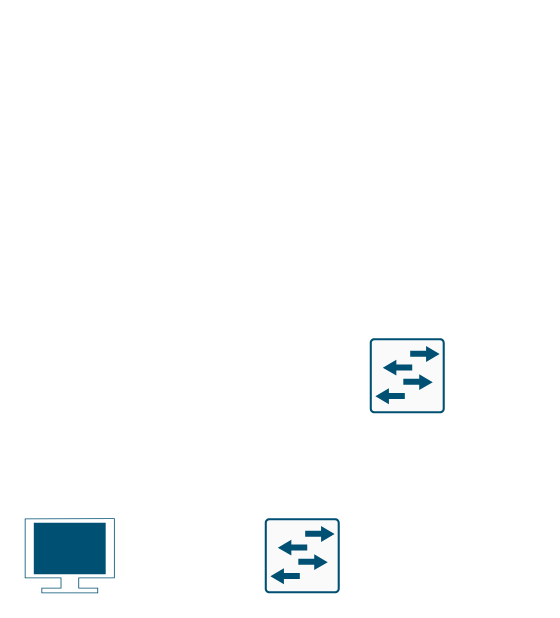
Earlier version of the draw.io diagram HW2.drawio (flypaper86/GB_Python_HomeWork). Source tidied: cells renumbered, new cells numbered last; positions are measured from the earlier drawing's top-left corner, leaving out a move shared by most shapes. Both pictures are drawn from the tidied source at 150%, with x=0, y=0 at pixel (24, 338).
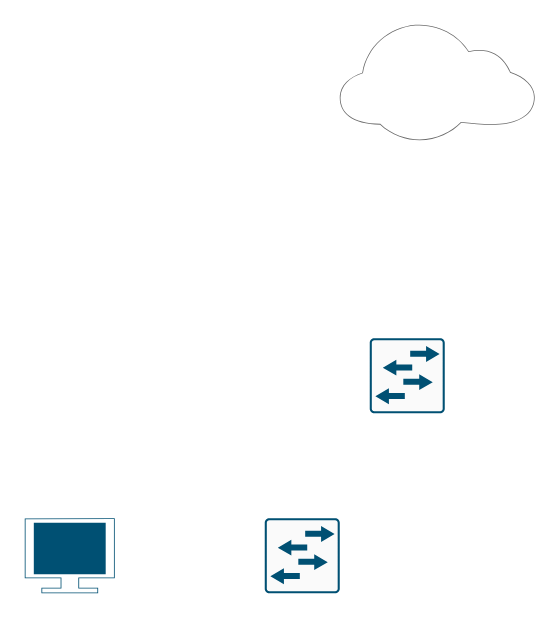
The same diagram, later.

The edit, as a diff of the source:
```diff
@@
 <mxGraphModel>
   <root>
     <mxCell id="0" />
     <mxCell id="1" parent="0" />
     <mxCell id="2" style="sketch=0;verticalLabelPosition=bottom;html=1;verticalAlign=top;align=center;shape=mxgraph.cisco19.rect;prIcon=l2_switch;fillColor=#FAFAFA;strokeColor=#005073;" parent="1" vertex="1">
       <mxGeometry x="230" width="50" height="50" as="geometry" />
     </mxCell>
     <mxCell id="3" style="sketch=0;verticalLabelPosition=bottom;html=1;verticalAlign=top;align=center;shape=mxgraph.cisco19.rect;prIcon=l2_switch;fillColor=#FAFAFA;strokeColor=#005073;" parent="1" vertex="1">
       <mxGeometry x="160" y="120" width="50" height="50" as="geometry" />
     </mxCell>
     <mxCell id="4" style="verticalLabelPosition=bottom;sketch=0;html=1;verticalAlign=top;align=center;shape=mxgraph.cisco19.hdtv;fillColor=#005073;strokeColor=none;" parent="1" vertex="1">
       <mxGeometry y="120" width="60" height="50" as="geometry" />
     </mxCell>
+    <mxCell id="5" style="verticalLabelPosition=bottom;sketch=0;html=1;verticalAlign=top;align=center;shape=mxgraph.cisco19.cloud;fillColor=#6B6B6B;strokeColor=none;" parent="1" vertex="1">
+      <mxGeometry x="210" y="-210" width="130" height="78" as="geometry" />
+    </mxCell>
   </root>
 </mxGraphModel>
```
